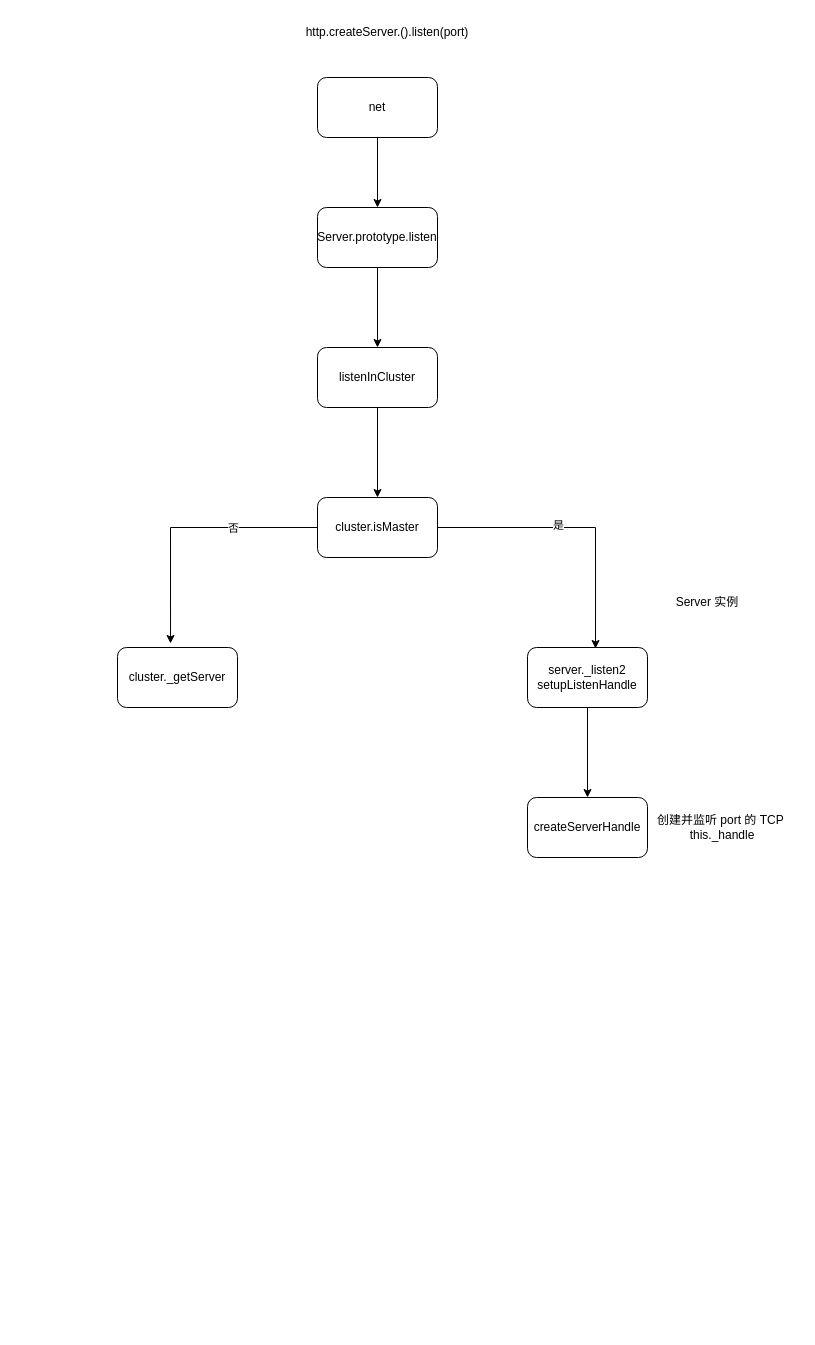
This is cluster.drawio from sfyr111/draw, a draw.io file, before an edit. Source tidied: cells renumbered, new cells numbered last; positions are measured from the earlier drawing's top-left corner, leaving out a move shared by most shapes. Both pictures are drawn from the tidied source at 100%, with x=0, y=0 at pixel (117, 17).
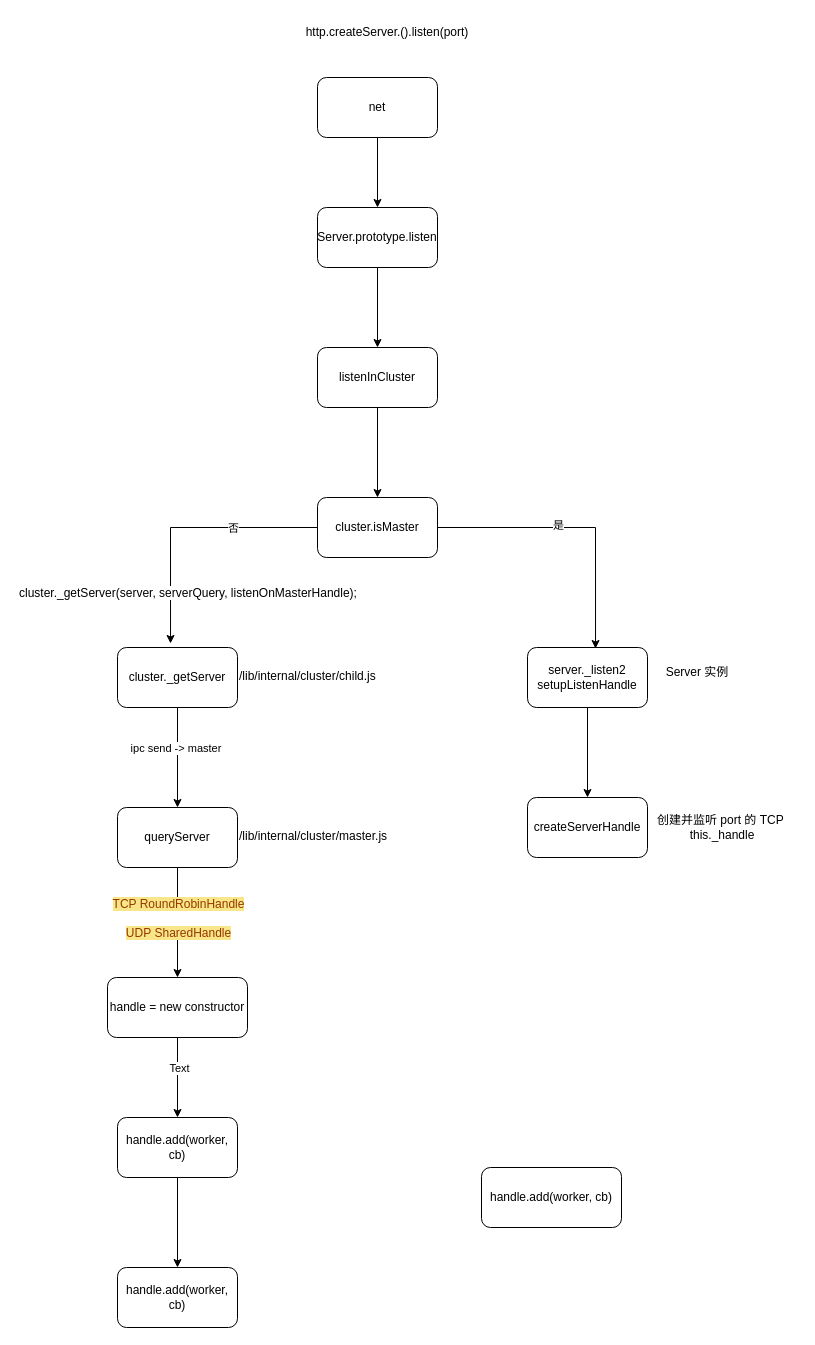
The same page after the edit.

Unchanged cells that the change refers to:
```xml
<mxCell id="15" value="cluster._getServer" style="rounded=1;whiteSpace=wrap;html=1;" parent="1" vertex="1">
  <mxGeometry y="630" width="120" height="60" as="geometry" />
</mxCell>
```

The edit, as a diff of the source:
```diff
@@
+    <mxCell id="20" style="edgeStyle=orthogonalEdgeStyle;rounded=0;jettySize=auto;html=1;entryX=0.5;entryY=0;entryDx=0;entryDy=0;fontColor=#000000;" parent="1" edge="1" source="15" target="26">
+      <mxGeometry relative="1" as="geometry" />
+    </mxCell>
+    <mxCell id="21" value="ipc send -&amp;gt; master&amp;nbsp;" style="edgeLabel;html=1;align=center;verticalAlign=middle;fontColor=#000000;" parent="20" vertex="1">
+      <mxGeometry x="-0.2" y="-1" relative="1" as="geometry" />
+    </mxCell>
@@
     <mxCell id="19" value="Server 实例" style="text;html=1;strokeColor=none;fillColor=none;align=center;verticalAlign=middle;whiteSpace=wrap;rounded=0;" parent="1" vertex="1">
-      <mxGeometry x="550" y="570" width="80" height="30" as="geometry" />
+      <mxGeometry x="540" y="640" width="80" height="30" as="geometry" />
     </mxCell>
+    <mxCell id="22" value="&lt;pre style=&quot;font-family: &amp;#34;fira code&amp;#34; ; font-size: 9pt&quot;&gt;&lt;span style=&quot;background-color: rgb(255 , 255 , 255)&quot;&gt;cluster._getServer(server, serverQuery, listenOnMasterHandle&lt;/span&gt;&lt;span style=&quot;background-color: rgb(255 , 255 , 255)&quot;&gt;);&lt;/span&gt;&lt;span style=&quot;color: rgb(137 , 221 , 255) ; background-color: rgb(38 , 50 , 56)&quot;&gt;&lt;br&gt;&lt;/span&gt;&lt;/pre&gt;" style="text;whiteSpace=wrap;html=1;" parent="1" vertex="1">
+      <mxGeometry x="-100" y="550" width="380" height="50" as="geometry" />
+    </mxCell>
+    <mxCell id="23" value="/lib/internal/cluster/child.js" style="text;whiteSpace=wrap;html=1;fontColor=#000000;" parent="1" vertex="1">
+      <mxGeometry x="120" y="645" width="160" height="30" as="geometry" />
+    </mxCell>
+    <mxCell id="24" style="edgeStyle=orthogonalEdgeStyle;rounded=0;jettySize=auto;html=1;entryX=0.5;entryY=0;entryDx=0;entryDy=0;fontColor=#000000;" parent="1" edge="1" source="26" target="30">
+      <mxGeometry relative="1" as="geometry" />
+    </mxCell>
+    <mxCell id="25" value="&lt;span style=&quot;color: rgb(149 , 56 , 0) ; font-family: , , &amp;#34;sf mono&amp;#34; , &amp;#34;menlo&amp;#34; , &amp;#34;consolas&amp;#34; , &amp;#34;liberation mono&amp;#34; , monospace ; font-size: 12px ; background-color: rgb(248 , 230 , 136)&quot;&gt;TCP RoundRobinHandle&lt;br&gt;&lt;br&gt;UDP&amp;nbsp;&lt;/span&gt;&lt;span style=&quot;color: rgb(149 , 56 , 0) ; font-family: , , &amp;#34;sf mono&amp;#34; , &amp;#34;menlo&amp;#34; , &amp;#34;consolas&amp;#34; , &amp;#34;liberation mono&amp;#34; , monospace ; font-size: 12px ; background-color: rgb(248 , 230 , 136)&quot;&gt;SharedHandle&lt;/span&gt;&lt;span style=&quot;color: rgb(149 , 56 , 0) ; font-family: , , &amp;#34;sf mono&amp;#34; , &amp;#34;menlo&amp;#34; , &amp;#34;consolas&amp;#34; , &amp;#34;liberation mono&amp;#34; , monospace ; font-size: 12px ; background-color: rgb(248 , 230 , 136)&quot;&gt;&lt;br&gt;&lt;/span&gt;" style="edgeLabel;html=1;align=center;verticalAlign=middle;fontColor=#000000;" parent="24" vertex="1">
+      <mxGeometry x="-0.29" y="-2" relative="1" as="geometry">
+        <mxPoint x="2" y="11" as="offset" />
+      </mxGeometry>
+    </mxCell>
+    <mxCell id="26" value="queryServer" style="rounded=1;whiteSpace=wrap;html=1;labelBackgroundColor=#FFFFFF;fontColor=#000000;" parent="1" vertex="1">
+      <mxGeometry y="790" width="120" height="60" as="geometry" />
+    </mxCell>
+    <mxCell id="27" value="/lib/internal/cluster/master.js" style="text;whiteSpace=wrap;html=1;fontColor=#000000;" parent="1" vertex="1">
+      <mxGeometry x="120" y="805" width="170" height="30" as="geometry" />
+    </mxCell>
+    <mxCell id="28" style="edgeStyle=orthogonalEdgeStyle;rounded=0;jettySize=auto;html=1;entryX=0.5;entryY=0;entryDx=0;entryDy=0;fontColor=#000000;" parent="1" edge="1" source="30" target="33">
+      <mxGeometry relative="1" as="geometry" />
+    </mxCell>
+    <mxCell id="29" value="Text" style="edgeLabel;html=1;align=center;verticalAlign=middle;fontColor=#000000;" parent="28" vertex="1">
+      <mxGeometry x="-0.25" y="1" relative="1" as="geometry" />
+    </mxCell>
+    <mxCell id="30" value="handle = new constructor" style="rounded=1;whiteSpace=wrap;html=1;labelBackgroundColor=#FFFFFF;fontColor=#000000;" parent="1" vertex="1">
+      <mxGeometry x="-10" y="960" width="140" height="60" as="geometry" />
+    </mxCell>
+    <mxCell id="31" value="handle.add(worker, cb)" style="rounded=1;whiteSpace=wrap;html=1;labelBackgroundColor=#FFFFFF;fontColor=#000000;" parent="1" vertex="1">
+      <mxGeometry x="364" y="1150" width="140" height="60" as="geometry" />
+    </mxCell>
+    <mxCell id="32" style="edgeStyle=orthogonalEdgeStyle;rounded=0;jettySize=auto;html=1;entryX=0.5;entryY=0;entryDx=0;entryDy=0;fontColor=#000000;" parent="1" edge="1" source="33" target="34">
+      <mxGeometry relative="1" as="geometry" />
+    </mxCell>
+    <mxCell id="33" value="&lt;span&gt;handle.add(worker, cb)&lt;/span&gt;" style="rounded=1;whiteSpace=wrap;html=1;labelBackgroundColor=#FFFFFF;fontColor=#000000;" parent="1" vertex="1">
+      <mxGeometry y="1100" width="120" height="60" as="geometry" />
+    </mxCell>
+    <mxCell id="34" value="&lt;span&gt;handle.add(worker, cb)&lt;/span&gt;" style="rounded=1;whiteSpace=wrap;html=1;labelBackgroundColor=#FFFFFF;fontColor=#000000;" parent="1" vertex="1">
+      <mxGeometry y="1250" width="120" height="60" as="geometry" />
+    </mxCell>
```
